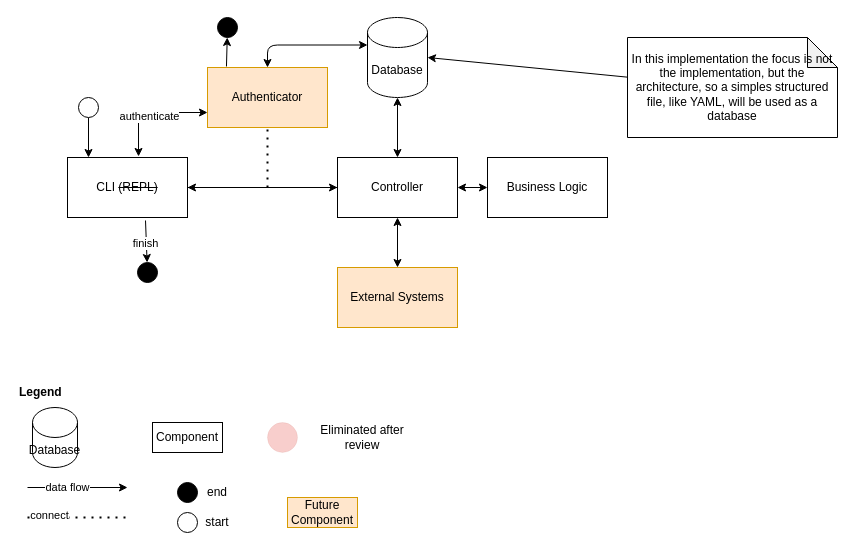
douglasdcm/tdd_detroid keeps this draw.io diagram as page "Main" (1 of 10) of architecture/components-phase1.drawio. Above is the earlier version. Source tidied: cells renumbered, new cells numbered last; positions are measured from the earlier drawing's top-left corner, leaving out a move shared by most shapes. Both pictures are drawn from the tidied source at 100%, with x=0, y=0 at pixel (17, 17).
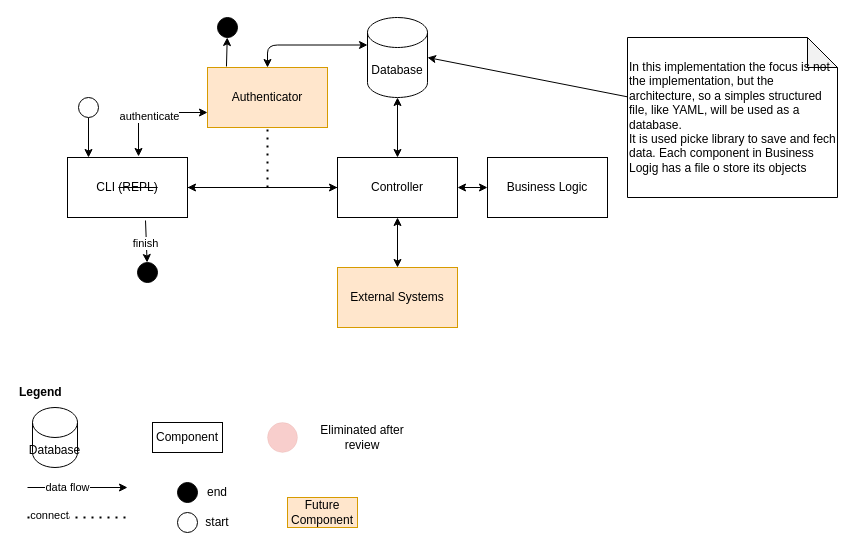
Above is the later version.

The edit, as a diff of the source:
```diff
@@
-    <mxCell id="38" value="In this implementation the focus is not the implementation, but the architecture, so a simples structured file, like YAML, will be used as a database" style="shape=note;whiteSpace=wrap;html=1;backgroundOutline=1;darkOpacity=0.05;" parent="1" vertex="1">
-      <mxGeometry x="610" y="20" width="210" height="100" as="geometry" />
+    <mxCell id="38" value="In this implementation the focus is not the implementation, but the architecture, so a simples structured file, like YAML, will be used as a database.&lt;div&gt;It is used picke library to save and fech data. Each component in Business Logig has a file o store its objects&lt;/div&gt;" style="shape=note;whiteSpace=wrap;html=1;backgroundOutline=1;darkOpacity=0.05;align=left;" parent="1" vertex="1">
+      <mxGeometry x="610" y="20" width="210" height="160" as="geometry" />
     </mxCell>
```
